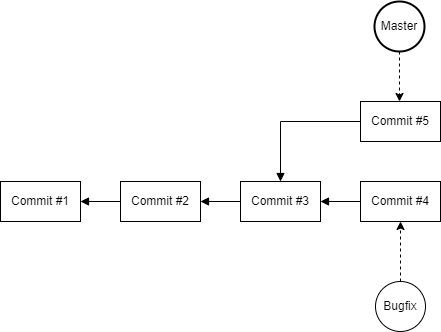
This is Assets/images/git-branch-merge.png from braboj/tutorial-git, a draw.io export, as it was before one commit. Source tidied: cells renumbered, new cells last; positions are measured from the earlier drawing's top-left corner, leaving out a move shared by most shapes.
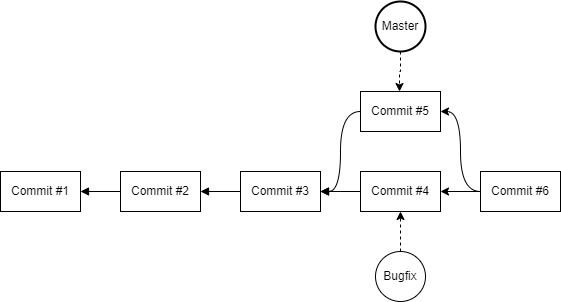
Above is the later version.

Diff of the diagram source:
```diff
@@ -17,12 +17,8 @@
     <mxCell id="6" style="edgeStyle=orthogonalEdgeStyle;rounded=0;jettySize=auto;html=1;entryX=0;entryY=0.5;entryDx=0;entryDy=0;endArrow=none;endFill=0;startArrow=block;startFill=1;" parent="1" edge="1" source="8" target="11">
       <mxGeometry relative="1" as="geometry" />
     </mxCell>
-    <mxCell id="7" style="edgeStyle=orthogonalEdgeStyle;rounded=0;jettySize=auto;html=1;entryX=0;entryY=0.5;entryDx=0;entryDy=0;endArrow=none;endFill=0;startArrow=block;startFill=1;" parent="1" edge="1" source="8" target="14">
-      <mxGeometry relative="1" as="geometry">
-        <Array as="points">
-          <mxPoint x="280" y="120" />
-        </Array>
-      </mxGeometry>
+    <mxCell id="7" style="edgeStyle=orthogonalEdgeStyle;rounded=0;jettySize=auto;html=1;entryX=0;entryY=0.5;entryDx=0;entryDy=0;endArrow=none;endFill=0;startArrow=block;startFill=1;curved=1;" parent="1" edge="1" source="8" target="14">
+      <mxGeometry relative="1" as="geometry" />
     </mxCell>
     <mxCell id="8" value="Commit #3" style="rounded=0;whiteSpace=wrap;html=1;" parent="1" vertex="1">
       <mxGeometry x="240" y="180" width="80" height="40" as="geometry" />
@@ -33,7 +29,7 @@
       </mxGeometry>
     </mxCell>
     <mxCell id="10" value="Master" style="ellipse;whiteSpace=wrap;html=1;strokeWidth=2;" parent="1" vertex="1">
-      <mxGeometry x="374" width="50" height="50" as="geometry" />
+      <mxGeometry x="375" y="10" width="50" height="50" as="geometry" />
     </mxCell>
     <mxCell id="11" value="Commit #4" style="rounded=0;whiteSpace=wrap;html=1;" parent="1" vertex="1">
       <mxGeometry x="360" y="180" width="80" height="40" as="geometry" />
@@ -42,10 +38,19 @@
       <mxGeometry relative="1" as="geometry" />
     </mxCell>
     <mxCell id="13" value="Bugfix" style="ellipse;whiteSpace=wrap;html=1;" parent="1" vertex="1">
-      <mxGeometry x="375" y="280" width="50" height="50" as="geometry" />
+      <mxGeometry x="375" y="260" width="50" height="50" as="geometry" />
     </mxCell>
     <mxCell id="14" value="Commit #5" style="rounded=0;whiteSpace=wrap;html=1;" parent="1" vertex="1">
       <mxGeometry x="360" y="100" width="80" height="40" as="geometry" />
     </mxCell>
+    <mxCell id="15" style="edgeStyle=orthogonalEdgeStyle;rounded=0;jettySize=auto;html=1;entryX=1;entryY=0.5;entryDx=0;entryDy=0;curved=1;" parent="1" edge="1" source="17" target="14">
+      <mxGeometry relative="1" as="geometry" />
+    </mxCell>
+    <mxCell id="16" style="edgeStyle=orthogonalEdgeStyle;rounded=0;jettySize=auto;html=1;" parent="1" edge="1" source="17" target="11">
+      <mxGeometry relative="1" as="geometry" />
+    </mxCell>
+    <mxCell id="17" value="Commit #6" style="rounded=0;whiteSpace=wrap;html=1;" parent="1" vertex="1">
+      <mxGeometry x="480" y="180" width="80" height="40" as="geometry" />
+    </mxCell>
   </root>
 </mxGraphModel>
```
